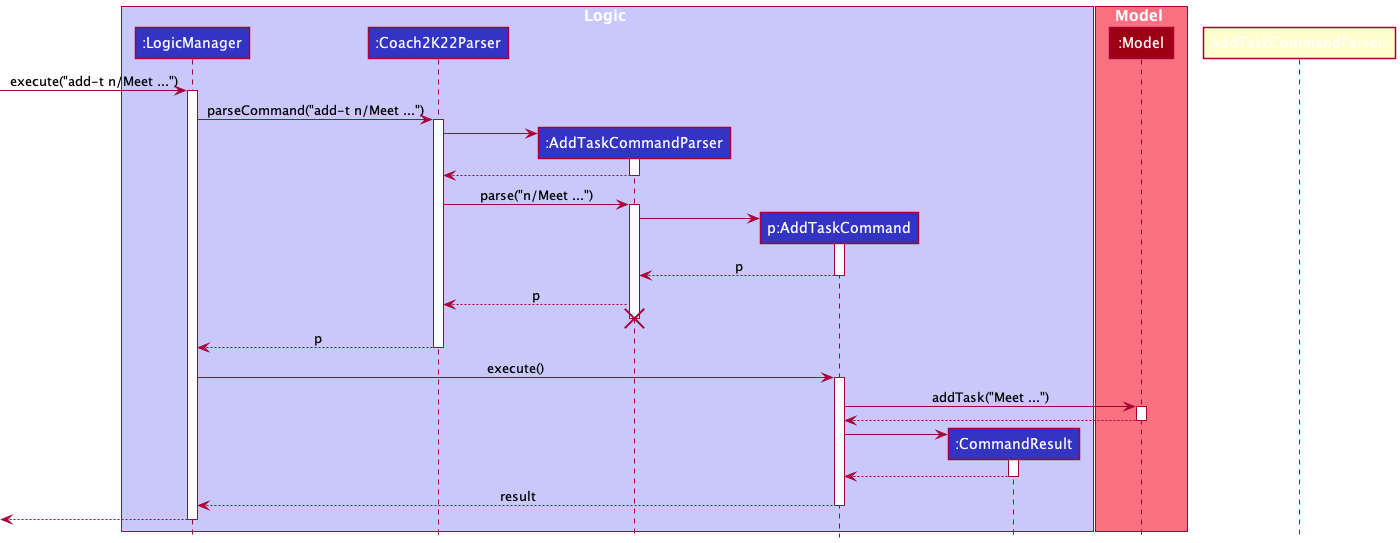
simjunheng/tp keeps this PlantUML diagram as docs/images/AddTaskSequenceDiagram.png. Above is the earlier version.
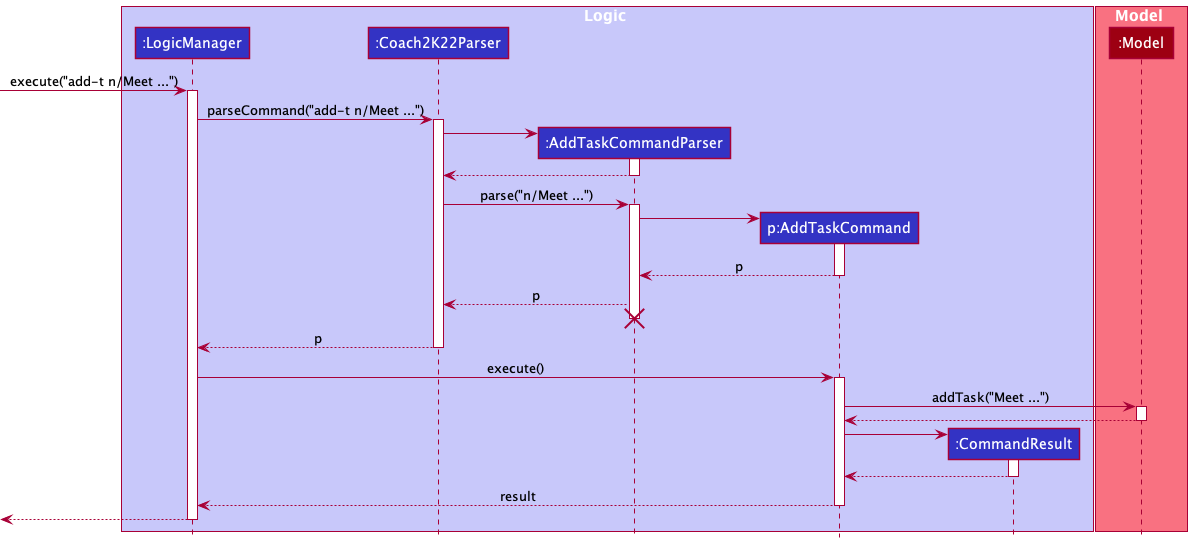
Later version of the same file.

What changed in the source:
```diff
@@ -35,9 +35,8 @@
 
 AddTaskCommand --> AddTaskCommandParser : p
 deactivate AddTaskCommand
+AddTaskCommandParser --> Coach2K22Parser : p
 
-AddTaskCommandParser --> Coach2K22Parser : p
-deactivate AddTaskCommandParser.
 AddTaskCommandParser -[hidden]-> Coach2K22Parser
 destroy AddTaskCommandParser
 
```
